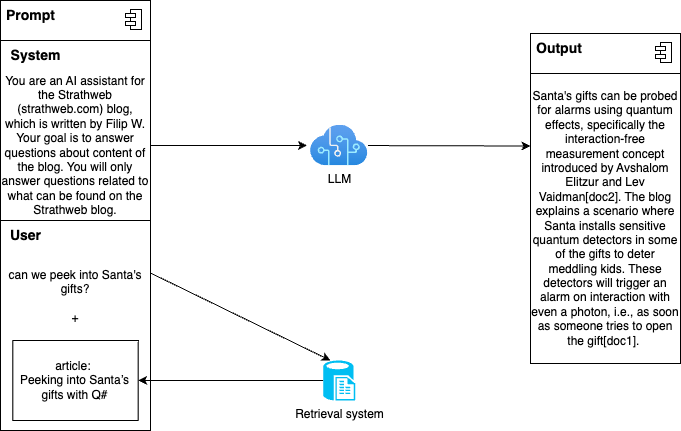
filipw/filipw.github.io keeps this draw.io diagram as azurebootcamp-2024/graphics/customization3.drawio.png. Above is the earlier version. Source tidied: cells renumbered, new cells last; positions are measured from the earlier drawing's top-left corner, leaving out a move shared by most shapes.
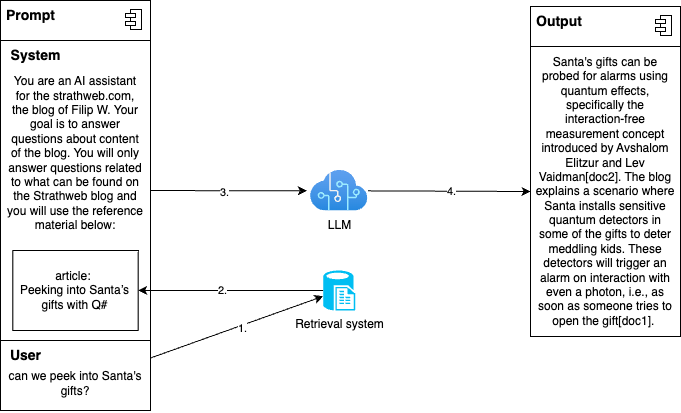
After the commit.

The edit, as a diff of the source:
```diff
@@ -16,26 +16,34 @@
     <mxCell id="5" style="edgeStyle=none;html=1;entryX=-0.062;entryY=0.5;entryDx=0;entryDy=0;entryPerimeter=0;fontSize=14;" parent="1" edge="1" source="6" target="11">
       <mxGeometry relative="1" as="geometry" />
     </mxCell>
+    <mxCell id="20" value="3." style="edgeLabel;html=1;align=center;verticalAlign=middle;" parent="5" vertex="1">
+      <mxGeometry x="-0.06" y="-1" relative="1" as="geometry" />
+    </mxCell>
-    <mxCell id="6" value="&lt;div style=&quot;border-color: var(--border-color);&quot;&gt;You are an AI assistant for the Strathweb (strathweb.com) blog, which is written by Filip W. Your goal is to answer questions about content of the blog. You will only answer questions related to what can be found on the Strathweb blog.&lt;br&gt;&lt;/div&gt;" style="rounded=0;whiteSpace=wrap;html=1;" parent="1" vertex="1">
-      <mxGeometry y="40" width="150" height="210" as="geometry" />
+    <mxCell id="6" value="&lt;div style=&quot;border-color: var(--border-color);&quot;&gt;You are an AI assistant for the strathweb.com, the blog of Filip W. Your goal is to answer questions about content of the blog. You will only answer questions related to what can be found on the Strathweb blog and you will use the reference material below:&lt;br&gt;&lt;/div&gt;&lt;div style=&quot;border-color: var(--border-color);&quot;&gt;&lt;br&gt;&lt;/div&gt;&lt;div style=&quot;border-color: var(--border-color);&quot;&gt;&lt;br&gt;&lt;/div&gt;&lt;div style=&quot;border-color: var(--border-color);&quot;&gt;&lt;br&gt;&lt;/div&gt;&lt;div style=&quot;border-color: var(--border-color);&quot;&gt;&lt;br&gt;&lt;/div&gt;&lt;div style=&quot;border-color: var(--border-color);&quot;&gt;&lt;br&gt;&lt;/div&gt;&lt;div style=&quot;border-color: var(--border-color);&quot;&gt;&lt;br&gt;&lt;/div&gt;" style="rounded=0;whiteSpace=wrap;html=1;spacingLeft=5;spacingRight=5;spacingTop=11;" parent="1" vertex="1">
+      <mxGeometry y="40" width="150" height="300" as="geometry" />
     </mxCell>
-    <mxCell id="7" value="&lt;div style=&quot;border-color: var(--border-color);&quot;&gt;can we peek into Santa's gifts?&lt;br&gt;&lt;/div&gt;&lt;div style=&quot;border-color: var(--border-color);&quot;&gt;&lt;br&gt;&lt;/div&gt;&lt;div style=&quot;border-color: var(--border-color);&quot;&gt;+&lt;/div&gt;&lt;div style=&quot;border-color: var(--border-color);&quot;&gt;&lt;br&gt;&lt;/div&gt;&lt;div style=&quot;border-color: var(--border-color);&quot;&gt;&lt;br&gt;&lt;/div&gt;&lt;div style=&quot;border-color: var(--border-color);&quot;&gt;&lt;br&gt;&lt;/div&gt;&lt;div style=&quot;border-color: var(--border-color);&quot;&gt;&lt;br&gt;&lt;/div&gt;" style="rounded=0;whiteSpace=wrap;html=1;" parent="1" vertex="1">
-      <mxGeometry y="220" width="150" height="210" as="geometry" />
+    <mxCell id="7" value="&lt;div style=&quot;border-color: var(--border-color);&quot;&gt;&lt;br&gt;&lt;/div&gt;&lt;div style=&quot;border-color: var(--border-color);&quot;&gt;can we peek into Santa's gifts?&lt;/div&gt;&lt;div style=&quot;border-color: var(--border-color);&quot;&gt;&lt;br&gt;&lt;/div&gt;" style="rounded=0;whiteSpace=wrap;html=1;labelPosition=center;verticalLabelPosition=middle;align=center;verticalAlign=middle;spacingTop=16;" parent="1" vertex="1">
+      <mxGeometry y="340" width="150" height="70" as="geometry" />
     </mxCell>
     <mxCell id="8" value="&lt;b&gt;&lt;font style=&quot;font-size: 14px;&quot;&gt;System&lt;/font&gt;&lt;/b&gt;" style="text;html=1;align=center;verticalAlign=middle;strokeColor=none;fillColor=none;" parent="1" vertex="1">
       <mxGeometry y="40" width="70" height="30" as="geometry" />
     </mxCell>
     <mxCell id="9" value="&lt;b&gt;&lt;font style=&quot;font-size: 14px;&quot;&gt;User&lt;/font&gt;&lt;/b&gt;" style="text;html=1;align=center;verticalAlign=middle;strokeColor=none;fillColor=none;" parent="1" vertex="1">
-      <mxGeometry y="220" width="50" height="30" as="geometry" />
+      <mxGeometry y="340" width="50" height="30" as="geometry" />
     </mxCell>
-    <mxCell id="10" style="edgeStyle=none;html=1;entryX=0;entryY=0.25;entryDx=0;entryDy=0;fontSize=14;" parent="1" edge="1" source="11" target="15">
+    <mxCell id="10" style="edgeStyle=none;html=1;entryX=0;entryY=0.5;entryDx=0;entryDy=0;fontSize=14;" parent="1" edge="1" source="11" target="15">
       <mxGeometry relative="1" as="geometry" />
     </mxCell>
+    <mxCell id="21" value="4." style="edgeLabel;html=1;align=center;verticalAlign=middle;" parent="10" vertex="1">
+      <mxGeometry x="-0.24" y="-2" relative="1" as="geometry">
+        <mxPoint x="21" y="-2" as="offset" />
+      </mxGeometry>
+    </mxCell>
     <mxCell id="11" value="LLM" style="html=1;points=[];align=center;image;fontSize=12;image=img/lib/azure2/ai_machine_learning/Cognitive_Services.svg;" parent="1" vertex="1">
-      <mxGeometry x="310" y="124.8" width="57.4" height="40.5" as="geometry" />
+      <mxGeometry x="310" y="170" width="57.4" height="40.5" as="geometry" />
     </mxCell>
     <mxCell id="12" style="fontStyle=1;align=center;verticalAlign=top;horizontal=1;" parent="1" vertex="1">
-      <mxGeometry x="530" y="33" width="150" height="40" as="geometry" />
+      <mxGeometry x="530" y="6" width="150" height="40" as="geometry" />
     </mxCell>
     <mxCell id="13" value="&lt;font style=&quot;font-size: 14px;&quot;&gt;&lt;b&gt;Output&lt;/b&gt;&lt;/font&gt;" style="html=1;align=left;spacingLeft=4;verticalAlign=top;strokeColor=none;fillColor=none;" parent="12" vertex="1">
       <mxGeometry width="150" height="40" as="geometry" />
@@ -45,22 +53,26 @@
         <mxPoint x="-25" y="9" as="offset" />
       </mxGeometry>
     </mxCell>
-    <mxCell id="15" value="&lt;div style=&quot;border-color: var(--border-color);&quot;&gt;Santa's gifts can be probed for alarms using quantum effects, specifically the interaction-free measurement concept introduced by Avshalom Elitzur and Lev Vaidman[doc2]. The blog explains a scenario where Santa installs sensitive quantum detectors in some of the gifts to deter meddling kids. These detectors will trigger an alarm on interaction with even a photon, i.e., as soon as someone tries to open the gift[doc1].&amp;nbsp;&lt;br&gt;&lt;/div&gt;" style="rounded=0;whiteSpace=wrap;html=1;" parent="1" vertex="1">
-      <mxGeometry x="530" y="73" width="150" height="290" as="geometry" />
+    <mxCell id="15" value="&lt;div style=&quot;border-color: var(--border-color);&quot;&gt;Santa's gifts can be probed for alarms using quantum effects, specifically the interaction-free measurement concept introduced by Avshalom Elitzur and Lev Vaidman[doc2]. The blog explains a scenario where Santa installs sensitive quantum detectors in some of the gifts to deter meddling kids. These detectors will trigger an alarm on interaction with even a photon, i.e., as soon as someone tries to open the gift[doc1].&amp;nbsp;&lt;br&gt;&lt;/div&gt;" style="rounded=0;whiteSpace=wrap;html=1;spacingLeft=4;spacingRight=4;" parent="1" vertex="1">
+      <mxGeometry x="530" y="46" width="150" height="290" as="geometry" />
     </mxCell>
     <mxCell id="16" style="edgeStyle=none;html=1;fontSize=14;" parent="1" edge="1" source="17" target="18">
       <mxGeometry relative="1" as="geometry" />
     </mxCell>
+    <mxCell id="22" value="2." style="edgeLabel;html=1;align=center;verticalAlign=middle;" parent="16" vertex="1">
+      <mxGeometry x="0.09" y="-1" relative="1" as="geometry" />
+    </mxCell>
     <mxCell id="17" value="Retrieval system" style="verticalLabelPosition=bottom;html=1;verticalAlign=top;align=center;strokeColor=none;fillColor=#00BEF2;shape=mxgraph.azure.sql_reporting;" parent="1" vertex="1">
-      <mxGeometry x="322.7" y="360" width="32" height="40" as="geometry" />
+      <mxGeometry x="322.7" y="270" width="32" height="40" as="geometry" />
     </mxCell>
     <mxCell id="18" value="&lt;div style=&quot;border-color: var(--border-color);&quot;&gt;article:&amp;nbsp;&lt;/div&gt;&lt;div style=&quot;border-color: var(--border-color);&quot;&gt;Peeking into Santa’s gifts with Q#&lt;br&gt;&lt;/div&gt;" style="rounded=0;whiteSpace=wrap;html=1;" parent="1" vertex="1">
-      <mxGeometry x="12.3" y="340" width="125.3" height="80" as="geometry" />
+      <mxGeometry x="12.3" y="250" width="125.3" height="80" as="geometry" />
     </mxCell>
-    <mxCell id="19" style="edgeStyle=none;html=1;fontSize=14;exitX=1;exitY=0.25;exitDx=0;exitDy=0;" parent="1" edge="1" source="7">
-      <mxGeometry relative="1" as="geometry">
-        <mxPoint x="330" y="360" as="targetPoint" />
-      </mxGeometry>
+    <mxCell id="19" style="edgeStyle=none;html=1;fontSize=14;exitX=1;exitY=0.25;exitDx=0;exitDy=0;" parent="1" edge="1" source="7" target="17">
+      <mxGeometry relative="1" as="geometry" />
     </mxCell>
+    <mxCell id="23" value="1." style="edgeLabel;html=1;align=center;verticalAlign=middle;" parent="19" vertex="1">
+      <mxGeometry x="0.05" y="-2" relative="1" as="geometry" />
+    </mxCell>
   </root>
 </mxGraphModel>
```
